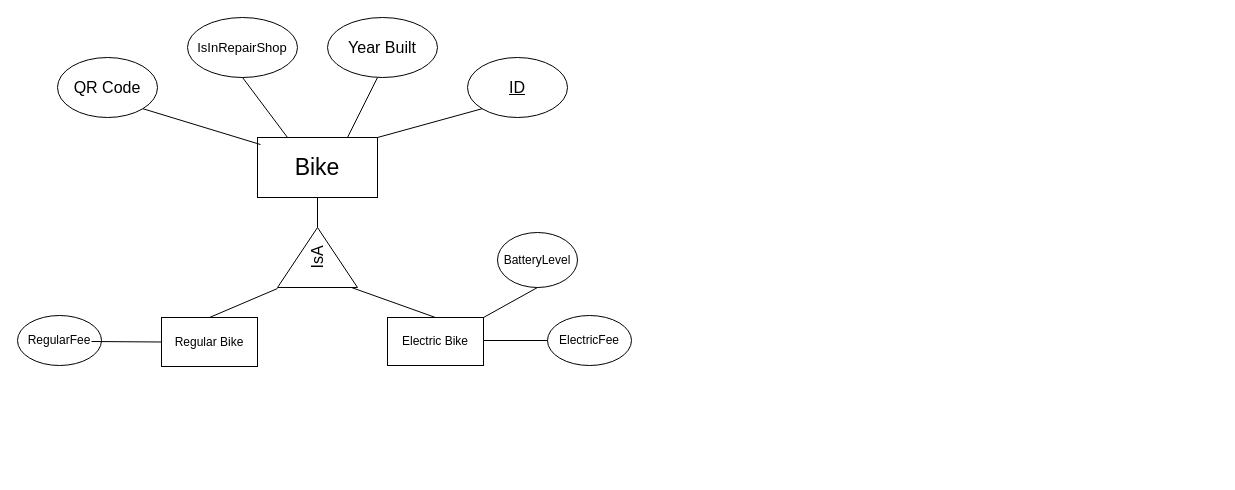
Earlier version of the draw.io diagram page "Bikes" (1 of 3) of COMP421/Assignment1/COMP421A1.drawio (eSpyd3r/School-Assignments). Source tidied: cells renumbered, new cells numbered last; positions are measured from the earlier drawing's top-left corner, leaving out a move shared by most shapes. Both pictures are drawn from the tidied source at 100%, with x=0, y=0 at pixel (17, 17).
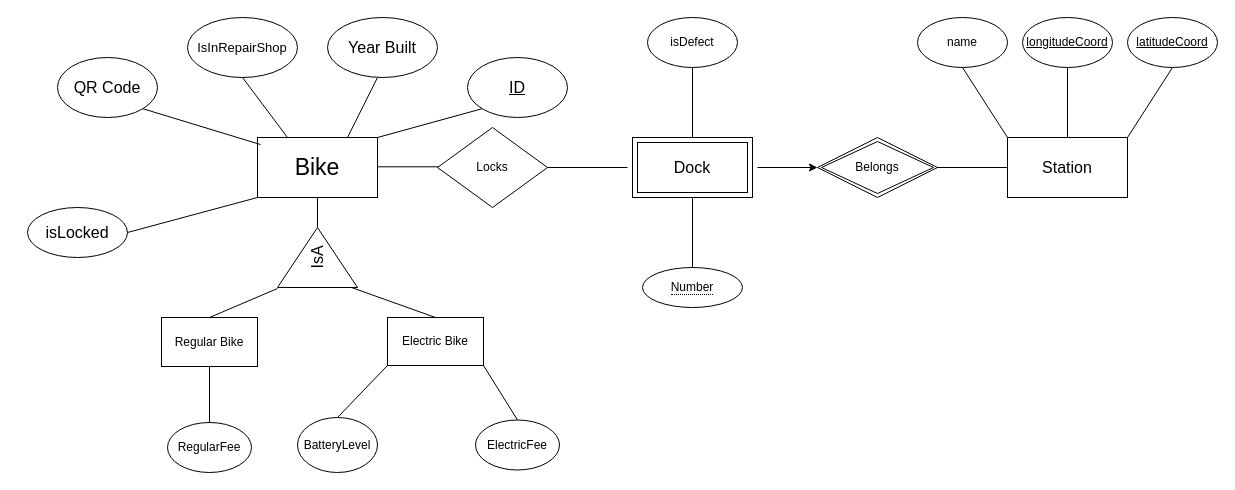
Above is the later version.

Unchanged cells that the change refers to:
```xml
<mxCell id="2" value="&lt;font style=&quot;font-size: 23px;&quot;&gt;Bike&lt;/font&gt;" style="rounded=0;whiteSpace=wrap;html=1;" parent="1" vertex="1">
  <mxGeometry x="240" y="120" width="120" height="60" as="geometry" />
</mxCell>
<mxCell id="13" value="Regular Bike" style="rounded=0;whiteSpace=wrap;html=1;" parent="1" vertex="1">
  <mxGeometry x="144" y="300" width="96" height="49" as="geometry" />
</mxCell>
<mxCell id="14" value="Electric Bike" style="whiteSpace=wrap;html=1;" parent="1" vertex="1">
  <mxGeometry x="370" y="300" width="96" height="48" as="geometry" />
</mxCell>
```

What changed in the source:
```diff
@@
     <mxCell id="17" value="BatteryLevel" style="ellipse;whiteSpace=wrap;html=1;" parent="1" vertex="1">
-      <mxGeometry x="480" y="215" width="80" height="55" as="geometry" />
+      <mxGeometry x="280" y="400" width="80" height="55" as="geometry" />
     </mxCell>
-    <mxCell id="18" style="endArrow=none;html=1;rounded=0;exitX=1;exitY=0;exitDx=0;exitDy=0;entryX=0.5;entryY=1;entryDx=0;entryDy=0;" parent="1" edge="1" source="14" target="17">
-      <mxGeometry relative="1" as="geometry" />
+    <mxCell id="18" style="endArrow=none;html=1;rounded=0;exitX=0;exitY=1;exitDx=0;exitDy=0;" parent="1" edge="1" source="14">
+      <mxGeometry relative="1" as="geometry">
+        <mxPoint x="320" y="400" as="targetPoint" />
+      </mxGeometry>
     </mxCell>
     <mxCell id="19" value="ElectricFee" style="ellipse;whiteSpace=wrap;html=1;" parent="1" vertex="1">
-      <mxGeometry x="530" y="298" width="84" height="50" as="geometry" />
+      <mxGeometry x="458" y="402.5" width="84" height="50" as="geometry" />
     </mxCell>
-    <mxCell id="20" style="endArrow=none;html=1;rounded=0;entryX=0;entryY=0.5;entryDx=0;entryDy=0;exitX=1;exitY=0.5;exitDx=0;exitDy=0;" parent="1" edge="1" target="19">
-      <mxGeometry relative="1" as="geometry">
-        <mxPoint x="466" y="323" as="sourcePoint" />
-      </mxGeometry>
+    <mxCell id="20" style="endArrow=none;html=1;rounded=0;exitX=1;exitY=1;exitDx=0;exitDy=0;entryX=0.5;entryY=0;entryDx=0;entryDy=0;" parent="1" edge="1" source="14" target="19">
+      <mxGeometry relative="1" as="geometry" />
     </mxCell>
     <mxCell id="21" value="RegularFee" style="ellipse;whiteSpace=wrap;html=1;flipH=0;" parent="1" vertex="1">
-      <mxGeometry y="298" width="84" height="50" as="geometry" />
+      <mxGeometry x="150" y="405" width="84" height="50" as="geometry" />
     </mxCell>
-    <mxCell id="22" style="endArrow=none;html=1;rounded=0;entryX=0;entryY=0.5;entryDx=0;entryDy=0;exitX=1;exitY=0.5;exitDx=0;exitDy=0;" parent="1" edge="1" target="13">
-      <mxGeometry relative="1" as="geometry">
-        <mxPoint x="74" y="324" as="sourcePoint" />
-      </mxGeometry>
+    <mxCell id="22" style="endArrow=none;html=1;rounded=0;entryX=0.5;entryY=1;entryDx=0;entryDy=0;exitX=0.5;exitY=0;exitDx=0;exitDy=0;" parent="1" edge="1" source="21" target="13">
+      <mxGeometry relative="1" as="geometry" />
     </mxCell>
+    <mxCell id="23" value="&lt;font style=&quot;font-size: 16px;&quot;&gt;Station&lt;/font&gt;" style="rounded=0;whiteSpace=wrap;html=1;" parent="1" vertex="1">
+      <mxGeometry x="990" y="120" width="120" height="60" as="geometry" />
+    </mxCell>
+    <mxCell id="24" style="endArrow=none;html=1;rounded=0;entryX=0;entryY=0;entryDx=0;entryDy=0;exitX=0.5;exitY=1;exitDx=0;exitDy=0;" parent="1" edge="1" source="25" target="23">
+      <mxGeometry relative="1" as="geometry" />
+    </mxCell>
+    <mxCell id="25" value="name" style="ellipse;whiteSpace=wrap;html=1;" parent="1" vertex="1">
+      <mxGeometry x="900" width="90" height="50" as="geometry" />
+    </mxCell>
+    <mxCell id="26" style="endArrow=none;html=1;rounded=0;entryX=0.5;entryY=0;entryDx=0;entryDy=0;exitX=0.5;exitY=1;exitDx=0;exitDy=0;" parent="1" edge="1" source="27" target="23">
+      <mxGeometry relative="1" as="geometry" />
+    </mxCell>
+    <mxCell id="27" value="&lt;u&gt;longitudeCoord&lt;/u&gt;" style="ellipse;whiteSpace=wrap;html=1;" parent="1" vertex="1">
+      <mxGeometry x="1005" width="90" height="50" as="geometry" />
+    </mxCell>
+    <mxCell id="28" style="endArrow=none;html=1;rounded=0;entryX=1;entryY=0;entryDx=0;entryDy=0;exitX=0.5;exitY=1;exitDx=0;exitDy=0;" parent="1" edge="1" source="29" target="23">
+      <mxGeometry relative="1" as="geometry" />
+    </mxCell>
+    <mxCell id="29" value="&lt;u&gt;latitudeCoord&lt;/u&gt;" style="ellipse;whiteSpace=wrap;html=1;" parent="1" vertex="1">
+      <mxGeometry x="1110" width="90" height="50" as="geometry" />
+    </mxCell>
+    <mxCell id="30" style="endArrow=none;html=1;rounded=0;exitX=0.5;exitY=0;exitDx=0;exitDy=0;entryX=0.5;entryY=1;entryDx=0;entryDy=0;" parent="1" edge="1">
+      <mxGeometry relative="1" as="geometry">
+        <mxPoint x="675" y="250" as="sourcePoint" />
+        <mxPoint x="675" y="180" as="targetPoint" />
+      </mxGeometry>
+    </mxCell>
+    <mxCell id="31" style="endArrow=none;html=1;rounded=0;entryX=0.5;entryY=0;entryDx=0;entryDy=0;exitX=0.5;exitY=1;exitDx=0;exitDy=0;" parent="1" edge="1" source="32">
+      <mxGeometry relative="1" as="geometry">
+        <mxPoint x="675" y="120" as="targetPoint" />
+      </mxGeometry>
+    </mxCell>
+    <mxCell id="32" value="isDefect" style="ellipse;whiteSpace=wrap;html=1;" parent="1" vertex="1">
+      <mxGeometry x="630" width="90" height="50" as="geometry" />
+    </mxCell>
+    <mxCell id="33" style="endArrow=classic;html=1;rounded=0;exitX=1;exitY=0.5;exitDx=0;exitDy=0;" parent="1" edge="1">
+      <mxGeometry relative="1" as="geometry">
+        <mxPoint x="740" y="150" as="sourcePoint" />
+        <mxPoint x="800" y="150" as="targetPoint" />
+      </mxGeometry>
+    </mxCell>
+    <mxCell id="34" style="endArrow=none;html=1;rounded=0;exitX=1;exitY=0.5;exitDx=0;exitDy=0;entryX=0;entryY=0.5;entryDx=0;entryDy=0;" parent="1" edge="1" target="23">
+      <mxGeometry relative="1" as="geometry">
+        <mxPoint x="910" y="150" as="sourcePoint" />
+      </mxGeometry>
+    </mxCell>
+    <mxCell id="35" style="endArrow=classic;html=1;rounded=0;exitX=1;exitY=0.5;exitDx=0;exitDy=0;" parent="1" edge="1">
+      <mxGeometry relative="1" as="geometry">
+        <mxPoint x="360" y="149.3" as="sourcePoint" />
+        <mxPoint x="470" y="149.3" as="targetPoint" />
+      </mxGeometry>
+    </mxCell>
+    <mxCell id="36" value="Locks" style="rhombus;whiteSpace=wrap;html=1;" parent="1" vertex="1">
+      <mxGeometry x="420" y="110" width="110" height="80" as="geometry" />
+    </mxCell>
+    <mxCell id="37" style="endArrow=none;html=1;rounded=0;exitX=1;exitY=0.5;exitDx=0;exitDy=0;entryX=0;entryY=0.5;entryDx=0;entryDy=0;" parent="1" edge="1" source="36">
+      <mxGeometry relative="1" as="geometry">
+        <mxPoint x="610" y="150" as="targetPoint" />
+      </mxGeometry>
+    </mxCell>
+    <mxCell id="38" style="endArrow=none;html=1;rounded=0;exitX=1;exitY=0.5;exitDx=0;exitDy=0;entryX=0;entryY=1;entryDx=0;entryDy=0;" parent="1" edge="1" source="39" target="2">
+      <mxGeometry relative="1" as="geometry" />
+    </mxCell>
+    <mxCell id="39" value="&lt;font style=&quot;font-size: 16px;&quot;&gt;isLocked&lt;/font&gt;" style="ellipse;whiteSpace=wrap;html=1;" parent="1" vertex="1">
+      <mxGeometry x="10" y="190" width="100" height="50" as="geometry" />
+    </mxCell>
+    <mxCell id="40" value="&lt;font style=&quot;font-size: 16px;&quot;&gt;Dock&lt;/font&gt;" style="shape=ext;margin=3;double=1;whiteSpace=wrap;html=1;align=center;" parent="1" vertex="1">
+      <mxGeometry x="615" y="120" width="120" height="60" as="geometry" />
+    </mxCell>
+    <mxCell id="41" value="Belongs" style="shape=rhombus;double=1;perimeter=rhombusPerimeter;whiteSpace=wrap;html=1;align=center;" parent="1" vertex="1">
+      <mxGeometry x="800" y="120" width="120" height="60" as="geometry" />
+    </mxCell>
+    <mxCell id="42" value="&lt;span style=&quot;border-bottom: 1px dotted&quot;&gt;Number&lt;/span&gt;" style="ellipse;whiteSpace=wrap;html=1;align=center;" parent="1" vertex="1">
+      <mxGeometry x="625" y="250" width="100" height="40" as="geometry" />
+    </mxCell>
```
